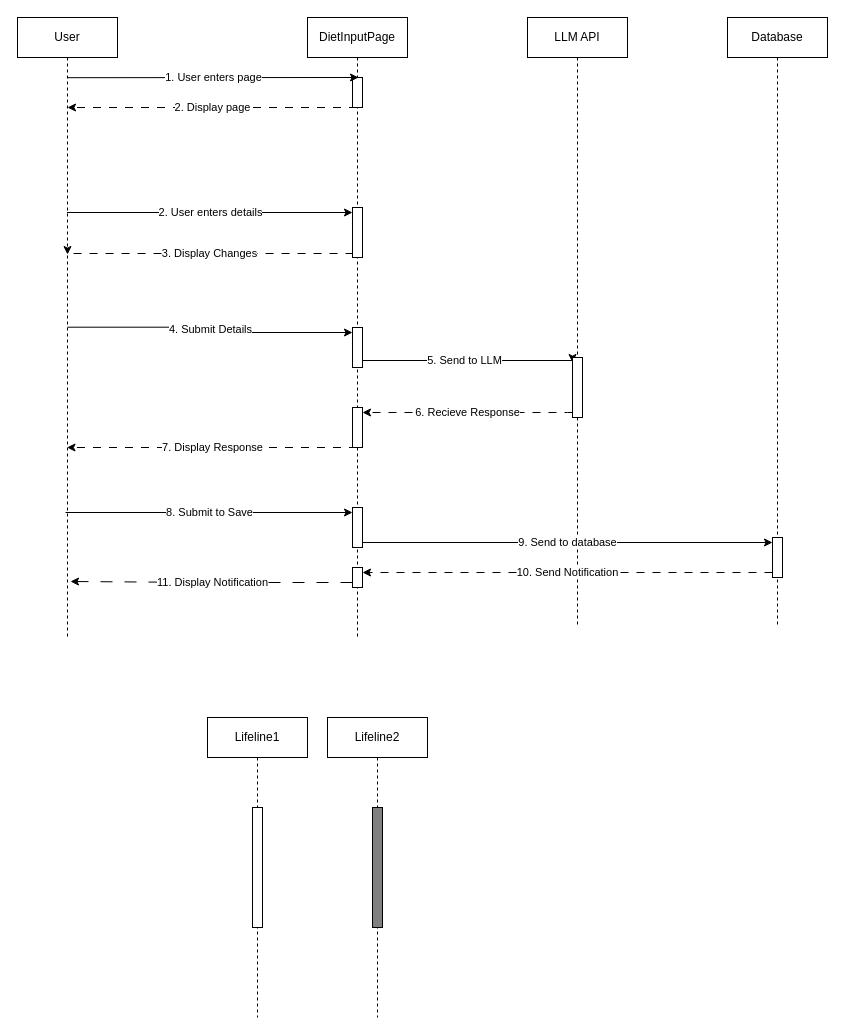
Above: diagrams/DietPage_SequenceDiagram.drawio in ChrisMichaudd/seng401test (draw.io), before the change. Source tidied: cells renumbered, new cells numbered last; positions are measured from the earlier drawing's top-left corner, leaving out a move shared by most shapes. Both pictures are drawn from the tidied source at 100%, with x=0, y=0 at pixel (17, 17).
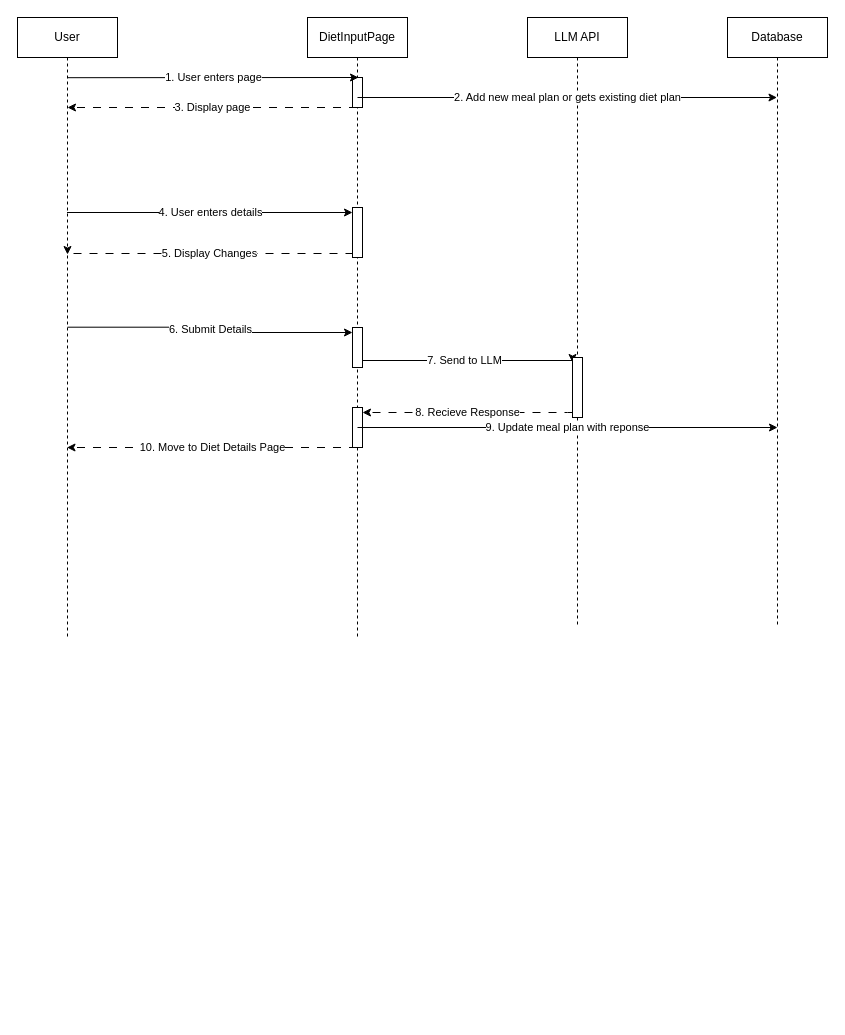
The same diagram, later.

Unchanged cells that the change refers to:
```xml
<mxCell id="4" value="User" style="shape=umlLifeline;perimeter=lifelinePerimeter;whiteSpace=wrap;html=1;outlineConnect=0;portConstraint=eastwest;newEdgeStyle={&quot;edgeStyle&quot;:&quot;elbowEdgeStyle&quot;,&quot;elbow&quot;:&quot;vertical&quot;,&quot;curved&quot;:0,&quot;rounded&quot;:0};" parent="1" vertex="1">
  <mxGeometry width="100" height="620" as="geometry" />
</mxCell>
<mxCell id="5" value="DietInputPage" style="shape=umlLifeline;perimeter=lifelinePerimeter;whiteSpace=wrap;html=1;newEdgeStyle={&quot;edgeStyle&quot;:&quot;elbowEdgeStyle&quot;,&quot;elbow&quot;:&quot;vertical&quot;,&quot;curved&quot;:0,&quot;rounded&quot;:0};" parent="1" vertex="1">
  <mxGeometry x="290" width="100" height="620" as="geometry" />
</mxCell>
<mxCell id="6" style="html=1;points=[[0,0,0,0,5],[0,1,0,0,-5],[1,0,0,0,5],[1,1,0,0,-5]];perimeter=orthogonalPerimeter;outlineConnect=0;targetShapes=umlLifeline;portConstraint=eastwest;newEdgeStyle={&quot;curved&quot;:0,&quot;rounded&quot;:0};" parent="5" vertex="1">
  <mxGeometry x="45" y="190" width="10" height="50" as="geometry" />
</mxCell>
<mxCell id="7" style="html=1;points=[[0,0,0,0,5],[0,1,0,0,-5],[1,0,0,0,5],[1,1,0,0,-5]];perimeter=orthogonalPerimeter;outlineConnect=0;targetShapes=umlLifeline;portConstraint=eastwest;newEdgeStyle={&quot;curved&quot;:0,&quot;rounded&quot;:0};" parent="5" vertex="1">
  <mxGeometry x="45" y="310" width="10" height="40" as="geometry" />
</mxCell>
<mxCell id="8" style="html=1;points=[[0,0,0,0,5],[0,1,0,0,-5],[1,0,0,0,5],[1,1,0,0,-5]];perimeter=orthogonalPerimeter;outlineConnect=0;targetShapes=umlLifeline;portConstraint=eastwest;newEdgeStyle={&quot;curved&quot;:0,&quot;rounded&quot;:0};" parent="5" vertex="1">
  <mxGeometry x="45" y="390" width="10" height="40" as="geometry" />
</mxCell>
<mxCell id="20" style="html=1;points=[[0,0,0,0,5],[0,1,0,0,-5],[1,0,0,0,5],[1,1,0,0,-5]];perimeter=orthogonalPerimeter;outlineConnect=0;targetShapes=umlLifeline;portConstraint=eastwest;newEdgeStyle={&quot;curved&quot;:0,&quot;rounded&quot;:0};" parent="19" vertex="1">
  <mxGeometry x="45" y="340" width="10" height="60" as="geometry" />
</mxCell>
<mxCell id="26" value="Database" style="shape=umlLifeline;perimeter=lifelinePerimeter;whiteSpace=wrap;html=1;outlineConnect=0;portConstraint=eastwest;newEdgeStyle={&quot;edgeStyle&quot;:&quot;elbowEdgeStyle&quot;,&quot;elbow&quot;:&quot;vertical&quot;,&quot;curved&quot;:0,&quot;rounded&quot;:0};" parent="1" vertex="1">
  <mxGeometry x="710" width="100" height="610" as="geometry" />
</mxCell>
```

The edit, as a diff of the source:
```diff
@@
-    <mxCell id="2" value="5. Send to LLM" style="edgeStyle=elbowEdgeStyle;rounded=0;jettySize=auto;html=1;elbow=vertical;curved=0;entryX=0;entryY=0;entryDx=0;entryDy=5;entryPerimeter=0;" parent="1" edge="1" target="20">
+    <mxCell id="2" value="7. Send to LLM" style="edgeStyle=elbowEdgeStyle;rounded=0;jettySize=auto;html=1;elbow=vertical;curved=0;entryX=0;entryY=0;entryDx=0;entryDy=5;entryPerimeter=0;" parent="1" edge="1" target="20">
       <mxGeometry relative="1" as="geometry">
         <mxPoint x="340" y="340.2" as="sourcePoint" />
       </mxGeometry>
     </mxCell>
-    <mxCell id="3" value="4. Submit Details" style="edgeStyle=elbowEdgeStyle;rounded=0;jettySize=auto;html=1;elbow=horizontal;curved=0;entryX=0;entryY=0;entryDx=0;entryDy=5;entryPerimeter=0;" parent="1" edge="1" target="7">
+    <mxCell id="3" value="6. Submit Details" style="edgeStyle=elbowEdgeStyle;rounded=0;jettySize=auto;html=1;elbow=horizontal;curved=0;entryX=0;entryY=0;entryDx=0;entryDy=5;entryPerimeter=0;" parent="1" edge="1" target="7">
       <mxGeometry relative="1" as="geometry">
         <mxPoint x="50" y="309.7" as="sourcePoint" />
       </mxGeometry>
     </mxCell>
@@
-    <mxCell id="10" style="html=1;points=[[0,0,0,0,5],[0,1,0,0,-5],[1,0,0,0,5],[1,1,0,0,-5]];perimeter=orthogonalPerimeter;outlineConnect=0;targetShapes=umlLifeline;portConstraint=eastwest;newEdgeStyle={&quot;curved&quot;:0,&quot;rounded&quot;:0};" parent="5" vertex="1">
-      <mxGeometry x="45" y="490" width="10" height="40" as="geometry" />
-    </mxCell>
-    <mxCell id="11" value="11. Display Notification" style="edgeStyle=orthogonalEdgeStyle;rounded=0;jettySize=auto;html=1;curved=0;exitX=0;exitY=1;exitDx=0;exitDy=-5;exitPerimeter=0;dashed=1;dashPattern=12 12;" parent="5" edge="1" source="12">
-      <mxGeometry relative="1" as="geometry">
-        <mxPoint x="-237" y="564" as="targetPoint" />
-      </mxGeometry>
-    </mxCell>
-    <mxCell id="12" style="html=1;points=[[0,0,0,0,5],[0,1,0,0,-5],[1,0,0,0,5],[1,1,0,0,-5]];perimeter=orthogonalPerimeter;outlineConnect=0;targetShapes=umlLifeline;portConstraint=eastwest;newEdgeStyle={&quot;curved&quot;:0,&quot;rounded&quot;:0};" parent="5" vertex="1">
-      <mxGeometry x="45" y="550" width="10" height="20" as="geometry" />
-    </mxCell>
-    <mxCell id="13" value="2. User enters details" style="edgeStyle=elbowEdgeStyle;rounded=0;jettySize=auto;html=1;elbow=vertical;curved=0;entryX=0;entryY=0;entryDx=0;entryDy=5;entryPerimeter=0;" parent="1" edge="1" source="4" target="6">
+    <mxCell id="13" value="4. User enters details" style="edgeStyle=elbowEdgeStyle;rounded=0;jettySize=auto;html=1;elbow=vertical;curved=0;entryX=0;entryY=0;entryDx=0;entryDy=5;entryPerimeter=0;" parent="1" edge="1" source="4" target="6">
       <mxGeometry relative="1" as="geometry" />
     </mxCell>
-    <mxCell id="14" value="Lifeline2" style="shape=umlLifeline;perimeter=lifelinePerimeter;whiteSpace=wrap;html=1;newEdgeStyle={&quot;edgeStyle&quot;:&quot;elbowEdgeStyle&quot;,&quot;elbow&quot;:&quot;vertical&quot;,&quot;curved&quot;:0,&quot;rounded&quot;:0};" parent="1" vertex="1">
-      <mxGeometry x="310" y="700" width="100" height="300" as="geometry" />
-    </mxCell>
-    <mxCell id="15" style="html=1;perimeter=orthogonalPerimeter;targetShapes=umlLifeline;newEdgeStyle={&quot;curved&quot;:0,&quot;rounded&quot;:0};fillColor=#808080;" parent="14" vertex="1">
-      <mxGeometry x="45" y="90" width="10" height="120" as="geometry" />
-    </mxCell>
-    <mxCell id="16" value="Lifeline1" style="shape=umlLifeline;perimeter=lifelinePerimeter;whiteSpace=wrap;html=1;newEdgeStyle={&quot;edgeStyle&quot;:&quot;elbowEdgeStyle&quot;,&quot;elbow&quot;:&quot;vertical&quot;,&quot;curved&quot;:0,&quot;rounded&quot;:0};" parent="1" vertex="1">
-      <mxGeometry x="190" y="700" width="100" height="300" as="geometry" />
-    </mxCell>
-    <mxCell id="17" style="html=1;perimeter=orthogonalPerimeter;targetShapes=umlLifeline;newEdgeStyle={&quot;curved&quot;:0,&quot;rounded&quot;:0};" parent="16" vertex="1">
-      <mxGeometry x="45" y="90" width="10" height="120" as="geometry" />
-    </mxCell>
-    <mxCell id="18" value="7. Display Response" style="edgeStyle=elbowEdgeStyle;rounded=0;jettySize=auto;html=1;elbow=vertical;curved=0;dashed=1;dashPattern=8 8;" parent="1" edge="1" target="4">
+    <mxCell id="18" value="10. Move to Diet Details Page" style="edgeStyle=elbowEdgeStyle;rounded=0;jettySize=auto;html=1;elbow=vertical;curved=0;dashed=1;dashPattern=8 8;" parent="1" edge="1" target="4">
       <mxGeometry relative="1" as="geometry">
         <mxPoint x="339.5" y="430" as="sourcePoint" />
       </mxGeometry>
     </mxCell>
@@
-    <mxCell id="21" value="3. Display Changes" style="edgeStyle=elbowEdgeStyle;rounded=0;jettySize=auto;html=1;elbow=vertical;curved=0;dashed=1;dashPattern=8 8;exitX=0;exitY=1;exitDx=0;exitDy=-5;exitPerimeter=0;" parent="1" edge="1" source="6">
+    <mxCell id="21" value="5. Display Changes" style="edgeStyle=elbowEdgeStyle;rounded=0;jettySize=auto;html=1;elbow=vertical;curved=0;dashed=1;dashPattern=8 8;exitX=0;exitY=1;exitDx=0;exitDy=-5;exitPerimeter=0;" parent="1" edge="1" source="6">
       <mxGeometry relative="1" as="geometry">
         <mxPoint x="50" y="237" as="targetPoint" />
       </mxGeometry>
     </mxCell>
-    <mxCell id="22" value="6. Recieve Response" style="edgeStyle=orthogonalEdgeStyle;rounded=0;jettySize=auto;html=1;curved=0;entryX=1;entryY=0;entryDx=0;entryDy=5;entryPerimeter=0;dashed=1;dashPattern=8 8;" parent="1" edge="1" source="20" target="8">
+    <mxCell id="22" value="8. Recieve Response" style="edgeStyle=orthogonalEdgeStyle;rounded=0;jettySize=auto;html=1;curved=0;entryX=1;entryY=0;entryDx=0;entryDy=5;entryPerimeter=0;dashed=1;dashPattern=8 8;" parent="1" edge="1" source="20" target="8">
       <mxGeometry relative="1" as="geometry">
         <Array as="points">
           <mxPoint x="550" y="395" />
           <mxPoint x="550" y="395" />
         </Array>
       </mxGeometry>
     </mxCell>
@@
-    <mxCell id="24" value="2. Display page" style="edgeStyle=elbowEdgeStyle;rounded=0;orthogonalLoop=1;jettySize=auto;html=1;elbow=vertical;curved=0;dashed=1;dashPattern=8 8;" parent="1" edge="1">
+    <mxCell id="24" value="3. Display page" style="edgeStyle=elbowEdgeStyle;rounded=0;orthogonalLoop=1;jettySize=auto;html=1;elbow=vertical;curved=0;dashed=1;dashPattern=8 8;" parent="1" edge="1">
       <mxGeometry relative="1" as="geometry">
         <mxPoint x="339.5" y="90" as="sourcePoint" />
         <mxPoint x="50" y="90" as="targetPoint" />
       </mxGeometry>
     </mxCell>
-    <mxCell id="25" value="8. Submit to Save" style="edgeStyle=elbowEdgeStyle;rounded=0;jettySize=auto;html=1;elbow=horizontal;curved=0;entryX=0;entryY=0;entryDx=0;entryDy=5;entryPerimeter=0;" parent="1" edge="1" target="10">
-      <mxGeometry relative="1" as="geometry">
-        <mxPoint x="48" y="495" as="sourcePoint" />
-      </mxGeometry>
-    </mxCell>
@@
-    <mxCell id="27" style="html=1;points=[[0,0,0,0,5],[0,1,0,0,-5],[1,0,0,0,5],[1,1,0,0,-5]];perimeter=orthogonalPerimeter;outlineConnect=0;targetShapes=umlLifeline;portConstraint=eastwest;newEdgeStyle={&quot;curved&quot;:0,&quot;rounded&quot;:0};" parent="26" vertex="1">
-      <mxGeometry x="45" y="520" width="10" height="40" as="geometry" />
-    </mxCell>
-    <mxCell id="28" value="9. Send to database" style="edgeStyle=orthogonalEdgeStyle;rounded=0;jettySize=auto;html=1;curved=0;entryX=0;entryY=0;entryDx=0;entryDy=5;entryPerimeter=0;exitX=1;exitY=1;exitDx=0;exitDy=-5;exitPerimeter=0;" parent="1" edge="1" source="10" target="27">
-      <mxGeometry relative="1" as="geometry" />
-    </mxCell>
-    <mxCell id="29" value="10. Send Notification" style="edgeStyle=orthogonalEdgeStyle;rounded=0;jettySize=auto;html=1;curved=0;exitX=0;exitY=1;exitDx=0;exitDy=-5;exitPerimeter=0;entryX=1;entryY=0;entryDx=0;entryDy=5;entryPerimeter=0;dashed=1;dashPattern=8 8;" parent="1" edge="1" source="27" target="12">
-      <mxGeometry relative="1" as="geometry" />
-    </mxCell>
+    <mxCell id="30" value="2. Add new meal plan or gets existing diet plan" style="edgeStyle=elbowEdgeStyle;rounded=0;jettySize=auto;html=1;elbow=vertical;curved=0;" parent="1" edge="1" target="26">
+      <mxGeometry relative="1" as="geometry">
+        <mxPoint x="340" y="80" as="sourcePoint" />
+      </mxGeometry>
+    </mxCell>
+    <mxCell id="31" value="9. Update meal plan with reponse" style="edgeStyle=elbowEdgeStyle;rounded=0;orthogonalLoop=1;jettySize=auto;html=1;elbow=vertical;curved=0;" parent="1" edge="1">
+      <mxGeometry relative="1" as="geometry">
+        <mxPoint x="340" y="410" as="sourcePoint" />
+        <mxPoint x="760" y="410" as="targetPoint" />
+      </mxGeometry>
+    </mxCell>
```
